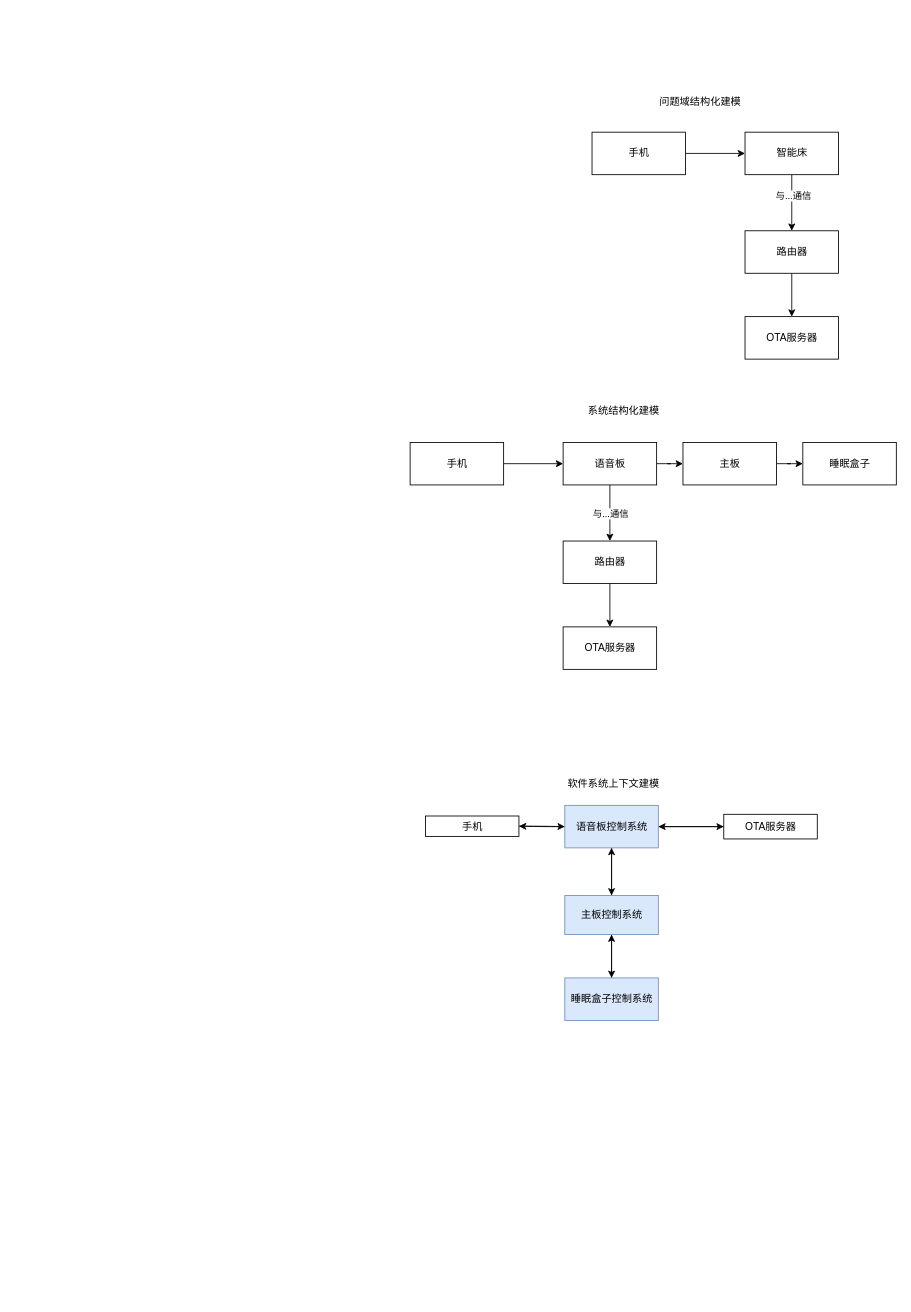
This is sb_ota.drawio from jasonactions/graph, a draw.io file, before an edit. Source tidied: cells renumbered, new cells numbered last; positions are measured from the earlier drawing's top-left corner, leaving out a move shared by most shapes. Both pictures are drawn from the tidied source at 85%, with x=0, y=0 at pixel (410, 94).
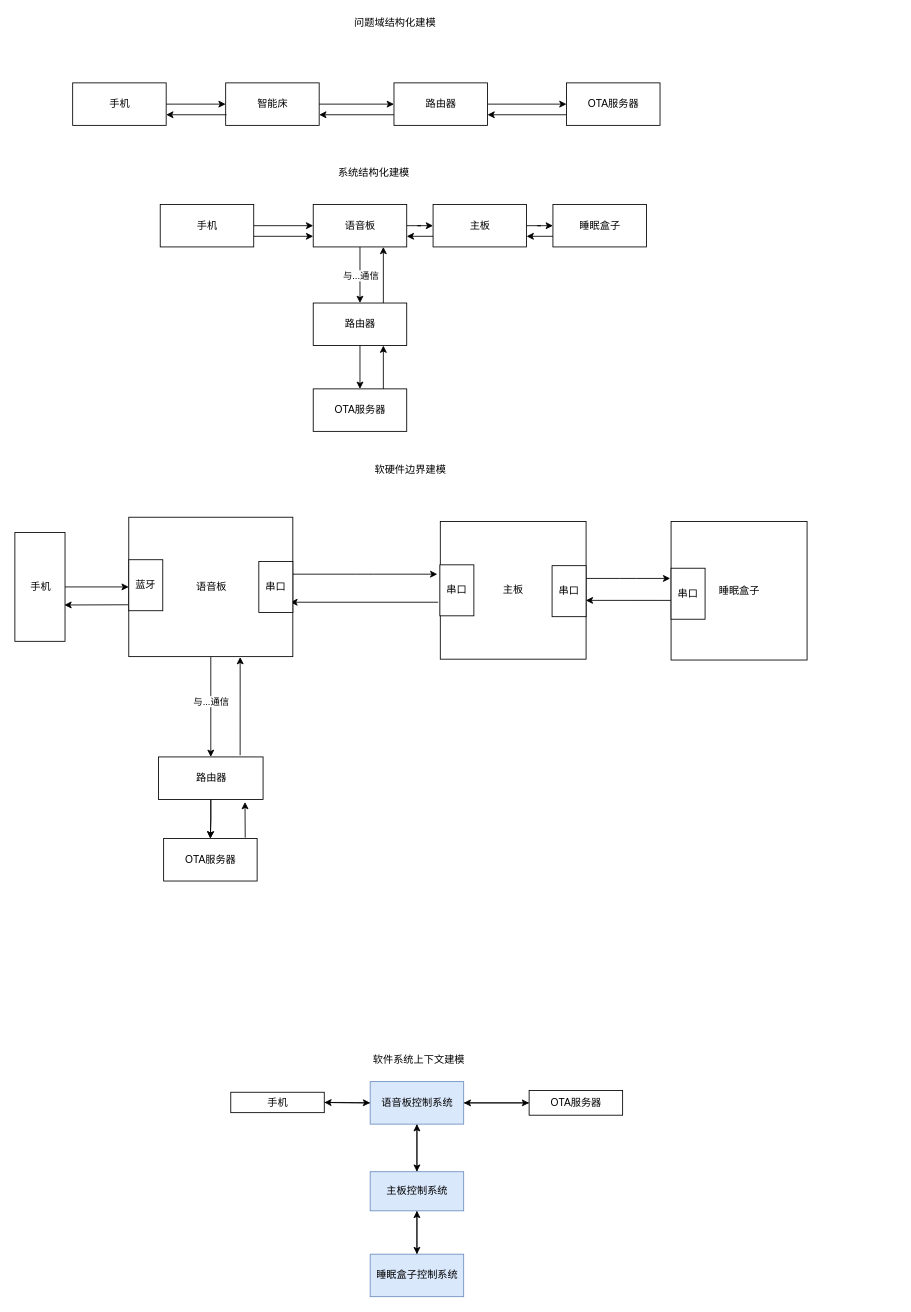
After the change.

Diff of the diagram source:
```diff
@@
-    <mxCell id="2" style="edgeStyle=orthogonalEdgeStyle;rounded=0;jettySize=auto;html=1;entryX=0.5;entryY=0;entryDx=0;entryDy=0;" parent="1" edge="1" source="4" target="7">
-      <mxGeometry relative="1" as="geometry" />
-    </mxCell>
-    <mxCell id="3" value="与...通信" style="edgeLabel;html=1;align=center;verticalAlign=middle;" parent="2" vertex="1">
-      <mxGeometry x="-0.27" y="1" relative="1" as="geometry" />
-    </mxCell>
     <mxCell id="4" value="智能床" style="html=1;" parent="1" vertex="1">
-      <mxGeometry x="394" y="45" width="110" height="50" as="geometry" />
+      <mxGeometry x="-217" y="-13" width="110" height="50" as="geometry" />
     </mxCell>
     <mxCell id="5" value="OTA服务器" style="html=1;" parent="1" vertex="1">
-      <mxGeometry x="394" y="262" width="110" height="50" as="geometry" />
+      <mxGeometry x="184" y="-13" width="110" height="50" as="geometry" />
     </mxCell>
-    <mxCell id="6" style="edgeStyle=orthogonalEdgeStyle;rounded=0;jettySize=auto;html=1;entryX=0.5;entryY=0;entryDx=0;entryDy=0;" parent="1" edge="1" source="7" target="5">
+    <mxCell id="6" style="edgeStyle=orthogonalEdgeStyle;rounded=0;jettySize=auto;html=1;entryX=0;entryY=0.5;entryDx=0;entryDy=0;" parent="1" edge="1" source="7" target="5">
       <mxGeometry relative="1" as="geometry" />
     </mxCell>
     <mxCell id="7" value="路由器" style="html=1;" parent="1" vertex="1">
-      <mxGeometry x="394" y="161" width="110" height="50" as="geometry" />
+      <mxGeometry x="-19" y="-13" width="110" height="50" as="geometry" />
     </mxCell>
@@
     <mxCell id="9" value="手机" style="html=1;" parent="1" vertex="1">
-      <mxGeometry x="214" y="45" width="110" height="50" as="geometry" />
+      <mxGeometry x="-397" y="-13" width="110" height="50" as="geometry" />
     </mxCell>
     <mxCell id="10" value="问题域结构化建模" style="text;html=1;align=center;verticalAlign=middle;strokeColor=none;fillColor=none;" parent="1" vertex="1">
-      <mxGeometry x="288" width="106" height="18" as="geometry" />
+      <mxGeometry x="-71" y="-93" width="106" height="18" as="geometry" />
     </mxCell>
@@
     <mxCell id="14" value="语音板" style="html=1;" parent="1" vertex="1">
-      <mxGeometry x="180" y="410" width="110" height="50" as="geometry" />
+      <mxGeometry x="-114" y="130" width="110" height="50" as="geometry" />
     </mxCell>
     <mxCell id="15" value="OTA服务器" style="html=1;" parent="1" vertex="1">
-      <mxGeometry x="180" y="627" width="110" height="50" as="geometry" />
+      <mxGeometry x="-114" y="347" width="110" height="50" as="geometry" />
     </mxCell>
@@
     <mxCell id="17" value="路由器" style="html=1;" parent="1" vertex="1">
-      <mxGeometry x="180" y="526" width="110" height="50" as="geometry" />
+      <mxGeometry x="-114" y="246" width="110" height="50" as="geometry" />
     </mxCell>
@@
     <mxCell id="19" value="手机" style="html=1;" parent="1" vertex="1">
-      <mxGeometry y="410" width="110" height="50" as="geometry" />
+      <mxGeometry x="-294" y="130" width="110" height="50" as="geometry" />
     </mxCell>
     <mxCell id="20" value="系统结构化建模" style="text;html=1;align=center;verticalAlign=middle;strokeColor=none;fillColor=none;" parent="1" vertex="1">
-      <mxGeometry x="204" y="364" width="94" height="18" as="geometry" />
+      <mxGeometry x="-90" y="84" width="94" height="18" as="geometry" />
     </mxCell>
@@
     <mxCell id="22" value="主板" style="html=1;" parent="1" vertex="1">
-      <mxGeometry x="321" y="410" width="110" height="50" as="geometry" />
+      <mxGeometry x="27" y="130" width="110" height="50" as="geometry" />
     </mxCell>
     <mxCell id="23" value="睡眠盒子" style="html=1;" parent="1" vertex="1">
-      <mxGeometry x="462" y="410" width="110" height="50" as="geometry" />
+      <mxGeometry x="168" y="130" width="110" height="50" as="geometry" />
     </mxCell>
@@
     <mxCell id="27" value="语音板控制系统" style="html=1;fillColor=#dae8fc;strokeColor=#6c8ebf;" parent="1" vertex="1">
-      <mxGeometry x="182" y="837" width="110" height="50" as="geometry" />
+      <mxGeometry x="-47" y="1162" width="110" height="50" as="geometry" />
     </mxCell>
@@
     <mxCell id="29" value="睡眠盒子控制系统" style="html=1;fillColor=#dae8fc;strokeColor=#6c8ebf;" parent="1" vertex="1">
-      <mxGeometry x="182" y="1040" width="110" height="50" as="geometry" />
+      <mxGeometry x="-47" y="1365" width="110" height="50" as="geometry" />
     </mxCell>
@@
     <mxCell id="32" value="主板控制系统" style="html=1;fillColor=#dae8fc;strokeColor=#6c8ebf;" parent="1" vertex="1">
-      <mxGeometry x="182" y="943" width="110" height="46" as="geometry" />
+      <mxGeometry x="-47" y="1268" width="110" height="46" as="geometry" />
     </mxCell>
@@
     <mxCell id="34" value="OTA服务器" style="html=1;" parent="1" vertex="1">
-      <mxGeometry x="369" y="847.5" width="110" height="29" as="geometry" />
+      <mxGeometry x="140" y="1172.5" width="110" height="29" as="geometry" />
     </mxCell>
@@
     <mxCell id="36" value="手机" style="html=1;" parent="1" vertex="1">
-      <mxGeometry x="18" y="849.5" width="110" height="24" as="geometry" />
+      <mxGeometry x="-211" y="1174.5" width="110" height="24" as="geometry" />
     </mxCell>
     <mxCell id="37" value="软件系统上下文建模" style="text;html=1;align=center;verticalAlign=middle;strokeColor=none;fillColor=none;" parent="1" vertex="1">
-      <mxGeometry x="180" y="803" width="118" height="18" as="geometry" />
+      <mxGeometry x="-49" y="1128" width="118" height="18" as="geometry" />
     </mxCell>
+    <mxCell id="38" style="endArrow=classic;html=1;rounded=0;entryX=1;entryY=0.75;entryDx=0;entryDy=0;exitX=0.009;exitY=0.75;exitDx=0;exitDy=0;exitPerimeter=0;" parent="1" edge="1" source="4" target="9">
+      <mxGeometry relative="1" as="geometry" />
+    </mxCell>
+    <mxCell id="2" style="endArrow=classic;html=1;rounded=0;exitX=1;exitY=0.5;exitDx=0;exitDy=0;entryX=0;entryY=0.5;entryDx=0;entryDy=0;" parent="1" edge="1" source="4" target="7">
+      <mxGeometry relative="1" as="geometry" />
+    </mxCell>
+    <mxCell id="39" style="endArrow=classic;html=1;rounded=0;exitX=0;exitY=0.75;exitDx=0;exitDy=0;entryX=1;entryY=0.75;entryDx=0;entryDy=0;" parent="1" edge="1" source="7" target="4">
+      <mxGeometry relative="1" as="geometry" />
+    </mxCell>
+    <mxCell id="40" style="endArrow=classic;html=1;rounded=0;exitX=0;exitY=0.75;exitDx=0;exitDy=0;entryX=1;entryY=0.75;entryDx=0;entryDy=0;" parent="1" edge="1" source="5" target="7">
+      <mxGeometry relative="1" as="geometry" />
+    </mxCell>
+    <mxCell id="41" style="endArrow=classic;html=1;rounded=0;exitX=1;exitY=0.75;exitDx=0;exitDy=0;entryX=0;entryY=0.75;entryDx=0;entryDy=0;" parent="1" edge="1" source="19" target="14">
+      <mxGeometry relative="1" as="geometry" />
+    </mxCell>
+    <mxCell id="42" style="endArrow=classic;html=1;rounded=0;exitX=0;exitY=0.75;exitDx=0;exitDy=0;entryX=1;entryY=0.75;entryDx=0;entryDy=0;" parent="1" edge="1" source="22" target="14">
+      <mxGeometry relative="1" as="geometry" />
+    </mxCell>
+    <mxCell id="43" style="endArrow=classic;html=1;rounded=0;exitX=0;exitY=0.75;exitDx=0;exitDy=0;entryX=1;entryY=0.75;entryDx=0;entryDy=0;" parent="1" edge="1" source="23" target="22">
+      <mxGeometry relative="1" as="geometry" />
+    </mxCell>
+    <mxCell id="44" style="endArrow=classic;html=1;rounded=0;exitX=0.75;exitY=0;exitDx=0;exitDy=0;entryX=0.75;entryY=1;entryDx=0;entryDy=0;" parent="1" edge="1" source="15" target="17">
+      <mxGeometry relative="1" as="geometry" />
+    </mxCell>
+    <mxCell id="45" style="endArrow=classic;html=1;rounded=0;exitX=0.75;exitY=0;exitDx=0;exitDy=0;entryX=0.75;entryY=1;entryDx=0;entryDy=0;" parent="1" edge="1" source="17" target="14">
+      <mxGeometry relative="1" as="geometry" />
+    </mxCell>
+    <mxCell id="46" style="edgeStyle=orthogonalEdgeStyle;rounded=0;jettySize=auto;html=1;entryX=0.5;entryY=0;entryDx=0;entryDy=0;" parent="1" edge="1" source="48" target="52">
+      <mxGeometry relative="1" as="geometry" />
+    </mxCell>
+    <mxCell id="3" value="与...通信" style="edgeLabel;html=1;align=center;verticalAlign=middle;" parent="46" vertex="1">
+      <mxGeometry x="-0.27" y="1" relative="1" as="geometry">
+        <mxPoint x="-1" y="9" as="offset" />
+      </mxGeometry>
+    </mxCell>
+    <mxCell id="47" style="edgeStyle=orthogonalEdgeStyle;rounded=1;jettySize=auto;html=1;exitX=1;exitY=0.25;exitDx=0;exitDy=0;" parent="1" edge="1" source="63">
+      <mxGeometry relative="1" as="geometry">
+        <mxPoint x="32" y="565" as="targetPoint" />
+      </mxGeometry>
+    </mxCell>
+    <mxCell id="48" value="语音板" style="html=1;" parent="1" vertex="1">
+      <mxGeometry x="-331" y="498" width="193" height="164" as="geometry" />
+    </mxCell>
+    <mxCell id="49" value="OTA服务器" style="html=1;" parent="1" vertex="1">
+      <mxGeometry x="-290" y="876" width="110" height="50" as="geometry" />
+    </mxCell>
+    <mxCell id="50" style="edgeStyle=orthogonalEdgeStyle;rounded=0;jettySize=auto;html=1;entryX=0.5;entryY=0;entryDx=0;entryDy=0;" parent="1" edge="1" source="52" target="49">
+      <mxGeometry relative="1" as="geometry" />
+    </mxCell>
+    <mxCell id="51" style="edgeStyle=orthogonalEdgeStyle;rounded=0;jettySize=auto;html=1;exitX=0.5;exitY=1;exitDx=0;exitDy=0;" parent="1" edge="1" source="52" target="49">
+      <mxGeometry relative="1" as="geometry" />
+    </mxCell>
+    <mxCell id="52" value="路由器" style="html=1;" parent="1" vertex="1">
+      <mxGeometry x="-296" y="780" width="123" height="50" as="geometry" />
+    </mxCell>
+    <mxCell id="53" style="edgeStyle=orthogonalEdgeStyle;rounded=0;jettySize=auto;html=1;entryX=0;entryY=0.5;entryDx=0;entryDy=0;" parent="1" edge="1" source="54" target="48">
+      <mxGeometry relative="1" as="geometry" />
+    </mxCell>
+    <mxCell id="54" value="手机" style="html=1;" parent="1" vertex="1">
+      <mxGeometry x="-465" y="516" width="59" height="128" as="geometry" />
+    </mxCell>
+    <mxCell id="55" value="软硬件边界建模" style="text;html=1;align=center;verticalAlign=middle;strokeColor=none;fillColor=none;" parent="1" vertex="1">
+      <mxGeometry x="-47" y="434" width="94" height="17" as="geometry" />
+    </mxCell>
+    <mxCell id="56" style="edgeStyle=orthogonalEdgeStyle;rounded=1;jettySize=auto;html=1;exitX=1;exitY=0.25;exitDx=0;exitDy=0;" parent="1" edge="1" source="65">
+      <mxGeometry relative="1" as="geometry">
+        <mxPoint x="306" y="570" as="targetPoint" />
+      </mxGeometry>
+    </mxCell>
+    <mxCell id="57" value="主板" style="html=1;" parent="1" vertex="1">
+      <mxGeometry x="35.5" y="503" width="171.5" height="162" as="geometry" />
+    </mxCell>
+    <mxCell id="58" value="睡眠盒子" style="html=1;" parent="1" vertex="1">
+      <mxGeometry x="307" y="503" width="160" height="163" as="geometry" />
+    </mxCell>
+    <mxCell id="59" style="endArrow=classic;html=1;rounded=0;" parent="1" edge="1">
+      <mxGeometry relative="1" as="geometry">
+        <mxPoint x="33" y="598" as="sourcePoint" />
+        <mxPoint x="-141" y="598" as="targetPoint" />
+      </mxGeometry>
+    </mxCell>
+    <mxCell id="60" style="endArrow=classic;html=1;rounded=0;exitX=-0.009;exitY=0.631;exitDx=0;exitDy=0;entryX=0.998;entryY=0.573;entryDx=0;entryDy=0;entryPerimeter=0;exitPerimeter=0;" parent="1" edge="1" source="66" target="57">
+      <mxGeometry relative="1" as="geometry" />
+    </mxCell>
+    <mxCell id="61" style="endArrow=classic;html=1;rounded=0;entryX=0.679;entryY=1.003;entryDx=0;entryDy=0;entryPerimeter=0;" parent="1" edge="1" target="48">
+      <mxGeometry relative="1" as="geometry">
+        <mxPoint x="-200" y="778" as="sourcePoint" />
+      </mxGeometry>
+    </mxCell>
+    <mxCell id="62" value="蓝牙" style="rounded=0;whiteSpace=wrap;html=1;" parent="1" vertex="1">
+      <mxGeometry x="-331" y="548" width="40" height="60" as="geometry" />
+    </mxCell>
+    <mxCell id="63" value="串口" style="rounded=0;whiteSpace=wrap;html=1;" parent="1" vertex="1">
+      <mxGeometry x="-178" y="550" width="40" height="60" as="geometry" />
+    </mxCell>
+    <mxCell id="64" value="串口" style="rounded=0;whiteSpace=wrap;html=1;" parent="1" vertex="1">
+      <mxGeometry x="35" y="554" width="40" height="60" as="geometry" />
+    </mxCell>
+    <mxCell id="65" value="串口" style="rounded=0;whiteSpace=wrap;html=1;" parent="1" vertex="1">
+      <mxGeometry x="167" y="555" width="40" height="60" as="geometry" />
+    </mxCell>
+    <mxCell id="66" value="串口" style="rounded=0;whiteSpace=wrap;html=1;" parent="1" vertex="1">
+      <mxGeometry x="307" y="558" width="40" height="60" as="geometry" />
+    </mxCell>
+    <mxCell id="67" style="endArrow=classic;html=1;rounded=0;entryX=0.987;entryY=0.666;entryDx=0;entryDy=0;entryPerimeter=0;" parent="1" edge="1" target="54">
+      <mxGeometry relative="1" as="geometry">
+        <mxPoint x="-332" y="601" as="sourcePoint" />
+      </mxGeometry>
+    </mxCell>
+    <mxCell id="68" style="endArrow=classic;html=1;rounded=0;entryX=0.827;entryY=1.06;entryDx=0;entryDy=0;entryPerimeter=0;" parent="1" edge="1" target="52">
+      <mxGeometry relative="1" as="geometry">
+        <mxPoint x="-194" y="875" as="sourcePoint" />
+      </mxGeometry>
+    </mxCell>
```
